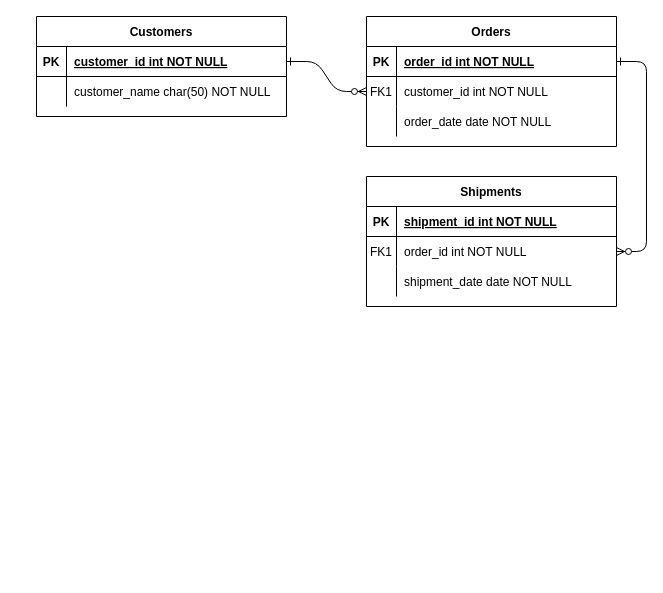
Before: Untitled Diagram.drawio in djumanov/Notely, a draw.io diagram. Source tidied: cells renumbered, new cells numbered last; positions are measured from the earlier drawing's top-left corner, leaving out a move shared by most shapes. Both pictures are drawn from the tidied source at 100%, with x=0, y=0 at pixel (36, 16).
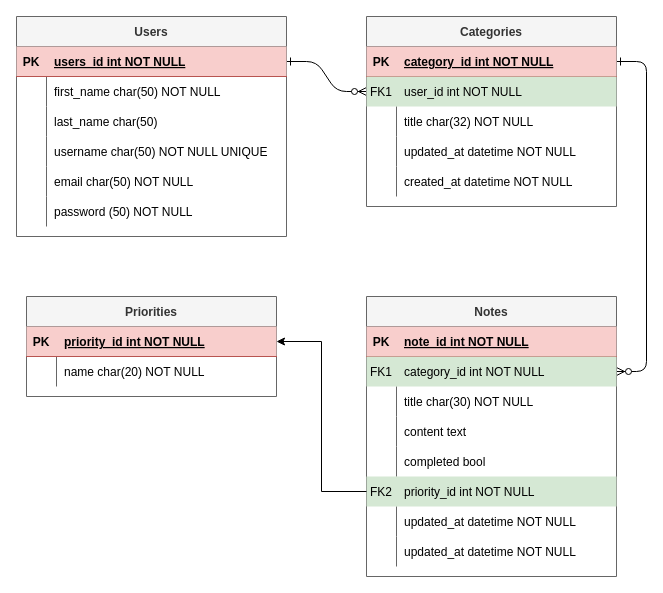
The same page after the edit.

The change refers to these unchanged cells:
```xml
<mxCell id="11" style="shape=partialRectangle;fillColor=none;top=0;left=0;right=0;bottom=0;" parent="4" vertex="1">
  <mxGeometry y="90" width="250" height="30" as="geometry" />
</mxCell>
<mxCell id="21" style="shape=partialRectangle;fillColor=none;top=0;left=0;right=0;bottom=0;" parent="14" vertex="1">
  <mxGeometry y="90" width="250" height="30" as="geometry" />
</mxCell>
```

Diff of the diagram source:
```diff
@@
-    <mxCell id="4" value="Orders" style="shape=table;startSize=30;childLayout=tableLayout;rowLines=0;fontStyle=1;align=center;" parent="1" vertex="1">
-      <mxGeometry x="330" width="250" height="130" as="geometry" />
+    <mxCell id="4" value="Categories" style="shape=table;startSize=30;childLayout=tableLayout;rowLines=0;fontStyle=1;align=center;fillColor=#f5f5f5;fontColor=#333333;strokeColor=#666666;" parent="1" vertex="1">
+      <mxGeometry x="330" width="250" height="190" as="geometry" />
     </mxCell>
-    <mxCell id="5" style="shape=partialRectangle;fillColor=none;points=[[0,0.5],[1,0.5]];portConstraint=eastwest;top=0;left=0;right=0;bottom=1;" parent="4" vertex="1">
+    <mxCell id="5" style="shape=partialRectangle;fillColor=#f8cecc;points=[[0,0.5],[1,0.5]];portConstraint=eastwest;top=0;left=0;right=0;bottom=1;strokeColor=#b85450;" parent="4" vertex="1">
       <mxGeometry y="30" width="250" height="30" as="geometry" />
     </mxCell>
@@
-    <mxCell id="7" value="order_id int NOT NULL " style="shape=partialRectangle;overflow=hidden;fillColor=none;top=0;left=0;bottom=0;right=0;align=left;spacingLeft=6;fontStyle=5;" parent="5" vertex="1">
+    <mxCell id="7" value="category_id int NOT NULL " style="shape=partialRectangle;overflow=hidden;fillColor=none;top=0;left=0;bottom=0;right=0;align=left;spacingLeft=6;fontStyle=5;" parent="5" vertex="1">
       <mxGeometry x="30" width="220" height="30" as="geometry" />
     </mxCell>
-    <mxCell id="8" style="shape=partialRectangle;fillColor=none;points=[[0,0.5],[1,0.5]];portConstraint=eastwest;top=0;left=0;right=0;bottom=0;" parent="4" vertex="1">
+    <mxCell id="8" style="shape=partialRectangle;fillColor=#d5e8d4;points=[[0,0.5],[1,0.5]];portConstraint=eastwest;top=0;left=0;right=0;bottom=0;strokeColor=#82b366;" parent="4" vertex="1">
       <mxGeometry y="60" width="250" height="30" as="geometry" />
     </mxCell>
@@
-    <mxCell id="10" value="customer_id int NOT NULL" style="shape=partialRectangle;overflow=hidden;fillColor=none;top=0;left=0;bottom=0;right=0;align=left;spacingLeft=6;" parent="8" vertex="1">
+    <mxCell id="10" value="user_id int NOT NULL" style="shape=partialRectangle;overflow=hidden;fillColor=none;top=0;left=0;bottom=0;right=0;align=left;spacingLeft=6;" parent="8" vertex="1">
       <mxGeometry x="30" width="220" height="30" as="geometry" />
     </mxCell>
@@
-    <mxCell id="13" value="order_date date NOT NULL" style="shape=partialRectangle;overflow=hidden;fillColor=none;top=0;left=0;bottom=0;right=0;align=left;spacingLeft=6;" parent="11" vertex="1">
+    <mxCell id="13" value="title char(32) NOT NULL" style="shape=partialRectangle;overflow=hidden;fillColor=none;top=0;left=0;bottom=0;right=0;align=left;spacingLeft=6;" parent="11" vertex="1">
       <mxGeometry x="30" width="220" height="30" as="geometry" />
     </mxCell>
+    <mxCell id="31" style="shape=partialRectangle;fillColor=none;top=0;left=0;right=0;bottom=0;" parent="4" vertex="1">
+      <mxGeometry y="120" width="250" height="30" as="geometry" />
+    </mxCell>
+    <mxCell id="32" style="shape=partialRectangle;overflow=hidden;fillColor=none;top=0;left=0;bottom=0;right=0;" parent="31" vertex="1">
+      <mxGeometry width="30" height="30" as="geometry" />
+    </mxCell>
+    <mxCell id="33" value="updated_at datetime NOT NULL" style="shape=partialRectangle;overflow=hidden;fillColor=none;top=0;left=0;bottom=0;right=0;align=left;spacingLeft=6;" parent="31" vertex="1">
+      <mxGeometry x="30" width="220" height="30" as="geometry" />
+    </mxCell>
+    <mxCell id="34" style="shape=partialRectangle;fillColor=none;top=0;left=0;right=0;bottom=0;" parent="4" vertex="1">
+      <mxGeometry y="150" width="250" height="30" as="geometry" />
+    </mxCell>
+    <mxCell id="35" style="shape=partialRectangle;overflow=hidden;fillColor=none;top=0;left=0;bottom=0;right=0;" parent="34" vertex="1">
+      <mxGeometry width="30" height="30" as="geometry" />
+    </mxCell>
+    <mxCell id="36" value="created_at datetime NOT NULL" style="shape=partialRectangle;overflow=hidden;fillColor=none;top=0;left=0;bottom=0;right=0;align=left;spacingLeft=6;" parent="34" vertex="1">
+      <mxGeometry x="30" width="220" height="30" as="geometry" />
+    </mxCell>
-    <mxCell id="14" value="Shipments" style="shape=table;startSize=30;childLayout=tableLayout;rowLines=0;fontStyle=1;align=center;" parent="1" vertex="1">
-      <mxGeometry x="330" y="160" width="250" height="130" as="geometry" />
+    <mxCell id="14" value="Notes" style="shape=table;startSize=30;childLayout=tableLayout;rowLines=0;fontStyle=1;align=center;fillColor=#f5f5f5;fontColor=#333333;strokeColor=#666666;" parent="1" vertex="1">
+      <mxGeometry x="330" y="280" width="250" height="280" as="geometry" />
     </mxCell>
-    <mxCell id="15" style="shape=partialRectangle;fillColor=none;top=0;left=0;right=0;bottom=1;" parent="14" vertex="1">
+    <mxCell id="15" style="shape=partialRectangle;fillColor=#f8cecc;top=0;left=0;right=0;bottom=1;strokeColor=#b85450;" parent="14" vertex="1">
       <mxGeometry y="30" width="250" height="30" as="geometry" />
     </mxCell>
@@
-    <mxCell id="17" value="shipment_id int NOT NULL " style="shape=partialRectangle;overflow=hidden;fillColor=none;top=0;left=0;bottom=0;right=0;align=left;spacingLeft=6;fontStyle=5;" parent="15" vertex="1">
+    <mxCell id="17" value="note_id int NOT NULL " style="shape=partialRectangle;overflow=hidden;fillColor=none;top=0;left=0;bottom=0;right=0;align=left;spacingLeft=6;fontStyle=5;" parent="15" vertex="1">
       <mxGeometry x="30" width="220" height="30" as="geometry" />
     </mxCell>
-    <mxCell id="18" style="shape=partialRectangle;fillColor=none;points=[[0,0.5],[1,0.5]];portConstraint=eastwest;top=0;left=0;right=0;bottom=0;" parent="14" vertex="1">
+    <mxCell id="18" style="shape=partialRectangle;fillColor=#d5e8d4;points=[[0,0.5],[1,0.5]];portConstraint=eastwest;top=0;left=0;right=0;bottom=0;strokeColor=#82b366;" parent="14" vertex="1">
       <mxGeometry y="60" width="250" height="30" as="geometry" />
     </mxCell>
@@
-    <mxCell id="20" value="order_id int NOT NULL" style="shape=partialRectangle;overflow=hidden;fillColor=none;top=0;left=0;bottom=0;right=0;align=left;spacingLeft=6;" parent="18" vertex="1">
+    <mxCell id="20" value="category_id int NOT NULL" style="shape=partialRectangle;overflow=hidden;fillColor=none;top=0;left=0;bottom=0;right=0;align=left;spacingLeft=6;" parent="18" vertex="1">
       <mxGeometry x="30" width="220" height="30" as="geometry" />
     </mxCell>
@@
-    <mxCell id="23" value="shipment_date date NOT NULL" style="shape=partialRectangle;overflow=hidden;fillColor=none;top=0;left=0;bottom=0;right=0;align=left;spacingLeft=6;" parent="21" vertex="1">
+    <mxCell id="23" value="title char(30) NOT NULL" style="shape=partialRectangle;overflow=hidden;fillColor=none;top=0;left=0;bottom=0;right=0;align=left;spacingLeft=6;" parent="21" vertex="1">
       <mxGeometry x="30" width="220" height="30" as="geometry" />
     </mxCell>
+    <mxCell id="37" style="shape=partialRectangle;fillColor=none;top=0;left=0;right=0;bottom=0;" parent="14" vertex="1">
+      <mxGeometry y="120" width="250" height="30" as="geometry" />
+    </mxCell>
+    <mxCell id="38" style="shape=partialRectangle;overflow=hidden;fillColor=none;top=0;left=0;bottom=0;right=0;" parent="37" vertex="1">
+      <mxGeometry width="30" height="30" as="geometry" />
+    </mxCell>
+    <mxCell id="39" value="content text" style="shape=partialRectangle;overflow=hidden;fillColor=none;top=0;left=0;bottom=0;right=0;align=left;spacingLeft=6;" parent="37" vertex="1">
+      <mxGeometry x="30" width="220" height="30" as="geometry" />
+    </mxCell>
+    <mxCell id="40" style="shape=partialRectangle;fillColor=none;top=0;left=0;right=0;bottom=0;" parent="14" vertex="1">
+      <mxGeometry y="150" width="250" height="30" as="geometry" />
+    </mxCell>
+    <mxCell id="41" style="shape=partialRectangle;overflow=hidden;fillColor=none;top=0;left=0;bottom=0;right=0;" parent="40" vertex="1">
+      <mxGeometry width="30" height="30" as="geometry" />
+    </mxCell>
+    <mxCell id="42" value="completed bool" style="shape=partialRectangle;overflow=hidden;fillColor=none;top=0;left=0;bottom=0;right=0;align=left;spacingLeft=6;" parent="40" vertex="1">
+      <mxGeometry x="30" width="220" height="30" as="geometry" />
+    </mxCell>
+    <mxCell id="43" style="shape=partialRectangle;fillColor=#d5e8d4;points=[[0,0.5],[1,0.5]];portConstraint=eastwest;top=0;left=0;right=0;bottom=0;strokeColor=#82b366;" parent="14" vertex="1">
+      <mxGeometry y="180" width="250" height="30" as="geometry" />
+    </mxCell>
+    <mxCell id="44" value="FK2" style="shape=partialRectangle;overflow=hidden;fillColor=none;top=0;left=0;bottom=0;right=0;" parent="43" vertex="1">
+      <mxGeometry width="30" height="30" as="geometry" />
+    </mxCell>
+    <mxCell id="45" value="priority_id int NOT NULL" style="shape=partialRectangle;overflow=hidden;fillColor=none;top=0;left=0;bottom=0;right=0;align=left;spacingLeft=6;" parent="43" vertex="1">
+      <mxGeometry x="30" width="220" height="30" as="geometry" />
+    </mxCell>
+    <mxCell id="46" style="shape=partialRectangle;fillColor=none;top=0;left=0;right=0;bottom=0;" parent="14" vertex="1">
+      <mxGeometry y="210" width="250" height="30" as="geometry" />
+    </mxCell>
+    <mxCell id="47" style="shape=partialRectangle;overflow=hidden;fillColor=none;top=0;left=0;bottom=0;right=0;" parent="46" vertex="1">
+      <mxGeometry width="30" height="30" as="geometry" />
+    </mxCell>
+    <mxCell id="48" value="updated_at datetime NOT NULL" style="shape=partialRectangle;overflow=hidden;fillColor=none;top=0;left=0;bottom=0;right=0;align=left;spacingLeft=6;" parent="46" vertex="1">
+      <mxGeometry x="30" width="220" height="30" as="geometry" />
+    </mxCell>
+    <mxCell id="49" style="shape=partialRectangle;fillColor=none;top=0;left=0;right=0;bottom=0;" parent="14" vertex="1">
+      <mxGeometry y="240" width="250" height="30" as="geometry" />
+    </mxCell>
+    <mxCell id="50" style="shape=partialRectangle;overflow=hidden;fillColor=none;top=0;left=0;bottom=0;right=0;" parent="49" vertex="1">
+      <mxGeometry width="30" height="30" as="geometry" />
+    </mxCell>
+    <mxCell id="51" value="updated_at datetime NOT NULL" style="shape=partialRectangle;overflow=hidden;fillColor=none;top=0;left=0;bottom=0;right=0;align=left;spacingLeft=6;" parent="49" vertex="1">
+      <mxGeometry x="30" width="220" height="30" as="geometry" />
+    </mxCell>
-    <mxCell id="24" value="Customers" style="shape=table;startSize=30;childLayout=tableLayout;rowLines=0;fontStyle=1;align=center;" parent="1" vertex="1">
-      <mxGeometry width="250" height="100" as="geometry" />
+    <mxCell id="24" value="Users" style="shape=table;startSize=30;childLayout=tableLayout;rowLines=0;fontStyle=1;align=center;fillColor=#f5f5f5;fontColor=#333333;strokeColor=#666666;" parent="1" vertex="1">
+      <mxGeometry x="-20" width="270" height="220" as="geometry" />
     </mxCell>
-    <mxCell id="25" style="shape=partialRectangle;fillColor=none;points=[[0,0.5],[1,0.5]];portConstraint=eastwest;top=0;left=0;right=0;bottom=1;" parent="24" vertex="1">
-      <mxGeometry y="30" width="250" height="30" as="geometry" />
+    <mxCell id="25" style="shape=partialRectangle;fillColor=#f8cecc;points=[[0,0.5],[1,0.5]];portConstraint=eastwest;top=0;left=0;right=0;bottom=1;strokeColor=#b85450;" parent="24" vertex="1">
+      <mxGeometry y="30" width="270" height="30" as="geometry" />
     </mxCell>
@@
-    <mxCell id="27" value="customer_id int NOT NULL " style="shape=partialRectangle;overflow=hidden;fillColor=none;top=0;left=0;bottom=0;right=0;align=left;spacingLeft=6;fontStyle=5;" parent="25" vertex="1">
-      <mxGeometry x="30" width="220" height="30" as="geometry" />
+    <mxCell id="27" value="users_id int NOT NULL " style="shape=partialRectangle;overflow=hidden;fillColor=none;top=0;left=0;bottom=0;right=0;align=left;spacingLeft=6;fontStyle=5;" parent="25" vertex="1">
+      <mxGeometry x="30" width="240" height="30" as="geometry" />
     </mxCell>
     <mxCell id="28" style="shape=partialRectangle;fillColor=none;top=0;left=0;right=0;bottom=0;" parent="24" vertex="1">
-      <mxGeometry y="60" width="250" height="30" as="geometry" />
+      <mxGeometry y="60" width="270" height="30" as="geometry" />
     </mxCell>
@@
-    <mxCell id="30" value="customer_name char(50) NOT NULL" style="shape=partialRectangle;overflow=hidden;fillColor=none;top=0;left=0;bottom=0;right=0;align=left;spacingLeft=6;" parent="28" vertex="1">
-      <mxGeometry x="30" width="220" height="30" as="geometry" />
+    <mxCell id="30" value="first_name char(50) NOT NULL" style="shape=partialRectangle;overflow=hidden;fillColor=none;top=0;left=0;bottom=0;right=0;align=left;spacingLeft=6;" parent="28" vertex="1">
+      <mxGeometry x="30" width="240" height="30" as="geometry" />
     </mxCell>
+    <mxCell id="52" style="shape=partialRectangle;fillColor=none;top=0;left=0;right=0;bottom=0;" parent="24" vertex="1">
+      <mxGeometry y="90" width="270" height="30" as="geometry" />
+    </mxCell>
+    <mxCell id="53" style="shape=partialRectangle;overflow=hidden;fillColor=none;top=0;left=0;bottom=0;right=0;" parent="52" vertex="1">
+      <mxGeometry width="30" height="30" as="geometry" />
+    </mxCell>
+    <mxCell id="54" value="last_name char(50) " style="shape=partialRectangle;overflow=hidden;fillColor=none;top=0;left=0;bottom=0;right=0;align=left;spacingLeft=6;" parent="52" vertex="1">
+      <mxGeometry x="30" width="240" height="30" as="geometry" />
+    </mxCell>
+    <mxCell id="55" style="shape=partialRectangle;fillColor=none;top=0;left=0;right=0;bottom=0;" parent="24" vertex="1">
+      <mxGeometry y="120" width="270" height="30" as="geometry" />
+    </mxCell>
+    <mxCell id="56" style="shape=partialRectangle;overflow=hidden;fillColor=none;top=0;left=0;bottom=0;right=0;" parent="55" vertex="1">
+      <mxGeometry width="30" height="30" as="geometry" />
+    </mxCell>
+    <mxCell id="57" value="username char(50) NOT NULL UNIQUE" style="shape=partialRectangle;overflow=hidden;fillColor=none;top=0;left=0;bottom=0;right=0;align=left;spacingLeft=6;" parent="55" vertex="1">
+      <mxGeometry x="30" width="240" height="30" as="geometry" />
+    </mxCell>
+    <mxCell id="58" style="shape=partialRectangle;fillColor=none;top=0;left=0;right=0;bottom=0;" parent="24" vertex="1">
+      <mxGeometry y="150" width="270" height="30" as="geometry" />
+    </mxCell>
+    <mxCell id="59" style="shape=partialRectangle;overflow=hidden;fillColor=none;top=0;left=0;bottom=0;right=0;" parent="58" vertex="1">
+      <mxGeometry width="30" height="30" as="geometry" />
+    </mxCell>
+    <mxCell id="60" value="email char(50) NOT NULL" style="shape=partialRectangle;overflow=hidden;fillColor=none;top=0;left=0;bottom=0;right=0;align=left;spacingLeft=6;" parent="58" vertex="1">
+      <mxGeometry x="30" width="240" height="30" as="geometry" />
+    </mxCell>
+    <mxCell id="61" style="shape=partialRectangle;fillColor=none;top=0;left=0;right=0;bottom=0;" parent="24" vertex="1">
+      <mxGeometry y="180" width="270" height="30" as="geometry" />
+    </mxCell>
+    <mxCell id="62" style="shape=partialRectangle;overflow=hidden;fillColor=none;top=0;left=0;bottom=0;right=0;" parent="61" vertex="1">
+      <mxGeometry width="30" height="30" as="geometry" />
+    </mxCell>
+    <mxCell id="63" value="password (50) NOT NULL" style="shape=partialRectangle;overflow=hidden;fillColor=none;top=0;left=0;bottom=0;right=0;align=left;spacingLeft=6;" parent="61" vertex="1">
+      <mxGeometry x="30" width="240" height="30" as="geometry" />
+    </mxCell>
+    <mxCell id="64" value="Priorities" style="shape=table;startSize=30;childLayout=tableLayout;rowLines=0;fontStyle=1;align=center;fillColor=#f5f5f5;fontColor=#333333;strokeColor=#666666;" parent="1" vertex="1">
+      <mxGeometry x="-10" y="280" width="250" height="100" as="geometry" />
+    </mxCell>
+    <mxCell id="65" style="shape=partialRectangle;fillColor=#f8cecc;points=[[0,0.5],[1,0.5]];portConstraint=eastwest;top=0;left=0;right=0;bottom=1;strokeColor=#b85450;" parent="64" vertex="1">
+      <mxGeometry y="30" width="250" height="30" as="geometry" />
+    </mxCell>
+    <mxCell id="66" value="PK" style="shape=partialRectangle;overflow=hidden;fillColor=none;top=0;left=0;bottom=0;right=0;fontStyle=1;" parent="65" vertex="1">
+      <mxGeometry width="30" height="30" as="geometry" />
+    </mxCell>
+    <mxCell id="67" value="priority_id int NOT NULL " style="shape=partialRectangle;overflow=hidden;fillColor=none;top=0;left=0;bottom=0;right=0;align=left;spacingLeft=6;fontStyle=5;" parent="65" vertex="1">
+      <mxGeometry x="30" width="220" height="30" as="geometry" />
+    </mxCell>
+    <mxCell id="68" style="shape=partialRectangle;fillColor=none;top=0;left=0;right=0;bottom=0;" parent="64" vertex="1">
+      <mxGeometry y="60" width="250" height="30" as="geometry" />
+    </mxCell>
+    <mxCell id="69" style="shape=partialRectangle;overflow=hidden;fillColor=none;top=0;left=0;bottom=0;right=0;" parent="68" vertex="1">
+      <mxGeometry width="30" height="30" as="geometry" />
+    </mxCell>
+    <mxCell id="70" value="name char(20) NOT NULL" style="shape=partialRectangle;overflow=hidden;fillColor=none;top=0;left=0;bottom=0;right=0;align=left;spacingLeft=6;" parent="68" vertex="1">
+      <mxGeometry x="30" width="220" height="30" as="geometry" />
+    </mxCell>
+    <mxCell id="71" style="edgeStyle=orthogonalEdgeStyle;rounded=0;jettySize=auto;html=1;entryX=1;entryY=0.5;entryDx=0;entryDy=0;" parent="1" edge="1" source="43" target="65">
+      <mxGeometry relative="1" as="geometry" />
+    </mxCell>
```
